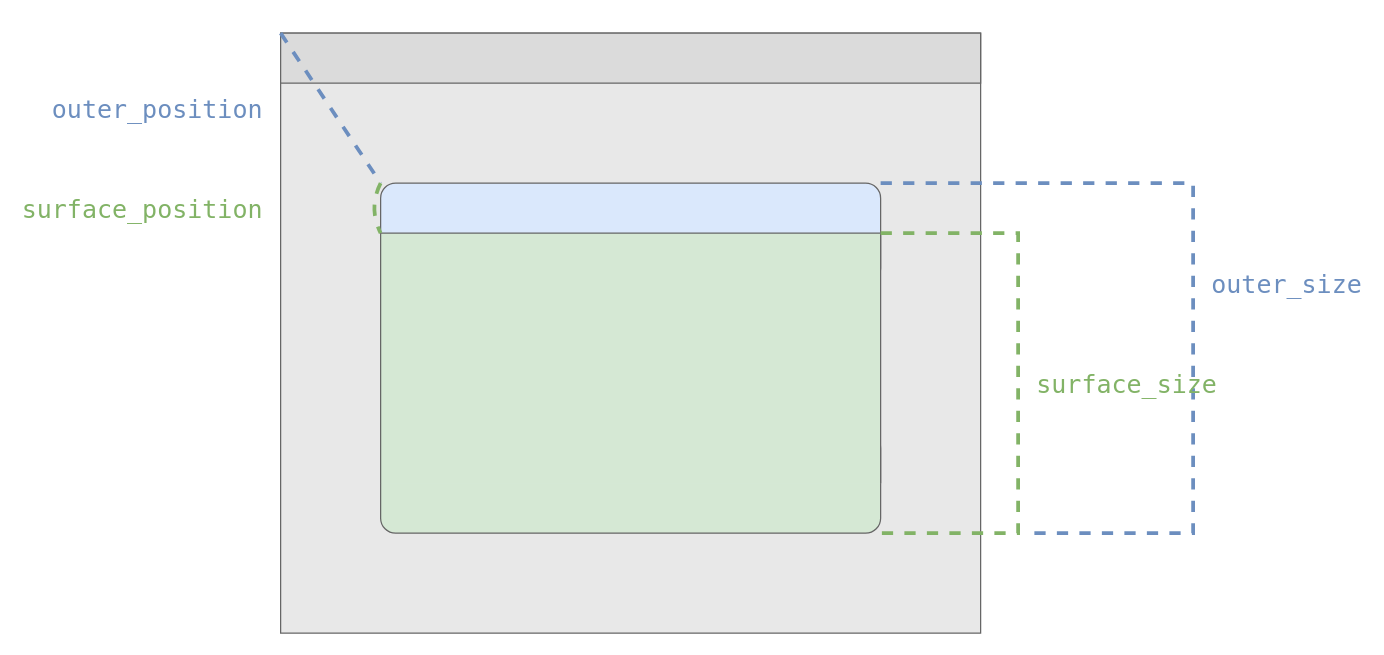
Before: page "desktop" (1 of 2) of docs/res/coordinate-systems.drawio in rust-windowing/winit, a draw.io diagram. Source tidied: cells renumbered, new cells numbered last; positions are measured from the earlier drawing's top-left corner, leaving out a move shared by most shapes. Both pictures are drawn from the tidied source at 125%, with x=0, y=0 at pixel (280, 32).
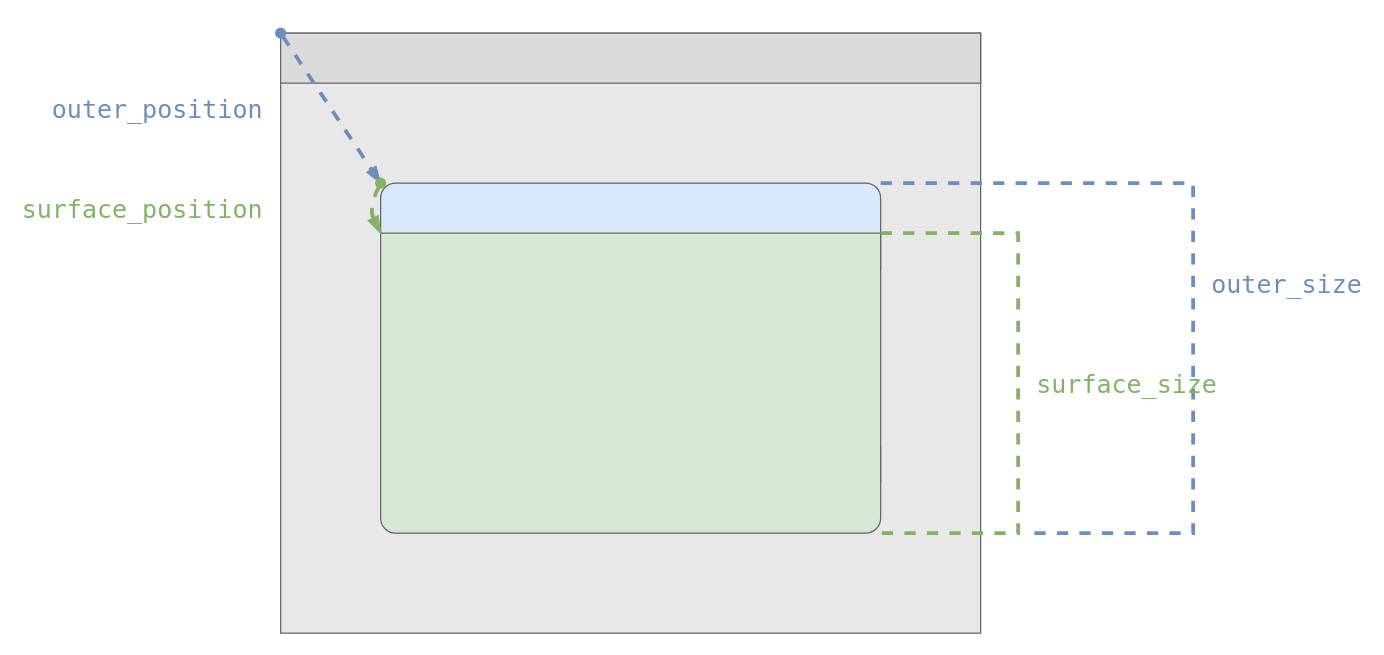
The same diagram, later.

Commit message (it also covers changes not shown here):
Add dot and arrow to the start and end of position indicators

The change refers to these unchanged cells:
```xml
<mxCell id="3" style="rounded=1;whiteSpace=wrap;html=1;shadow=0;fillColor=#dae8fc;strokeColor=#666666;" parent="1" vertex="1">
  <mxGeometry x="80" y="120" width="400" height="80" as="geometry" />
</mxCell>
<mxCell id="4" style="rounded=0;whiteSpace=wrap;html=1;fillColor=#DBDBDB;strokeColor=#666666;fontColor=#333333;" parent="1" vertex="1">
  <mxGeometry width="560" height="40" as="geometry" />
</mxCell>
<mxCell id="6" style="rounded=0;whiteSpace=wrap;html=1;strokeColor=none;fillColor=#d5e8d4;" parent="1" vertex="1">
  <mxGeometry x="80" y="160" width="400" height="200" as="geometry" />
</mxCell>
```

What changed in the source:
```diff
@@
-    <mxCell id="10" value="&lt;font&gt;outer_position&lt;/font&gt;" style="endArrow=none;html=1;strokeWidth=3;rounded=0;exitX=0;exitY=0;exitDx=0;exitDy=0;dashed=1;align=right;fontSize=20;fontFamily=monospace;fontColor=#6C8EBF;labelBackgroundColor=none;spacingLeft=0;spacingRight=15;spacing=0;fillColor=#dae8fc;strokeColor=#6C8EBF;" parent="1" edge="1" source="4">
+    <mxCell id="10" value="&lt;font&gt;outer_position&lt;/font&gt;" style="endArrow=blockThin;html=1;strokeWidth=3;rounded=0;exitX=0;exitY=0;exitDx=0;exitDy=0;dashed=1;align=right;fontSize=20;fontFamily=monospace;fontColor=#6C8EBF;labelBackgroundColor=none;spacingLeft=0;spacingRight=15;spacing=0;fillColor=#dae8fc;strokeColor=#6C8EBF;endFill=1;startArrow=oval;startFill=1;endSize=6;targetPerimeterSpacing=0;" parent="1" edge="1" source="4">
       <mxGeometry x="-0.31" y="-33" relative="1" as="geometry">
         <mxPoint x="80" y="120" as="targetPoint" />
       </mxGeometry>
     </mxCell>
@@
-    <mxCell id="13" value="&lt;font&gt;surface_position&lt;/font&gt;" style="endArrow=none;html=1;strokeWidth=3;rounded=0;dashed=1;align=right;fontSize=20;fontFamily=monospace;fontColor=#82B366;labelBackgroundColor=none;spacingLeft=0;spacingRight=15;spacing=0;fillColor=#d5e8d4;strokeColor=#82b366;exitX=0;exitY=0;exitDx=0;exitDy=0;entryX=0;entryY=0;entryDx=0;entryDy=0;curved=1;" parent="1" edge="1" source="3" target="6">
+    <mxCell id="13" value="&lt;font&gt;surface_position&lt;/font&gt;" style="endArrow=blockThin;html=1;strokeWidth=3;rounded=0;dashed=1;align=right;fontSize=20;fontFamily=monospace;fontColor=#82B366;labelBackgroundColor=none;spacingLeft=0;spacingRight=15;spacing=0;fillColor=#d5e8d4;strokeColor=#82b366;exitX=0;exitY=0;exitDx=0;exitDy=0;entryX=0;entryY=0;entryDx=0;entryDy=0;curved=1;startArrow=oval;startFill=1;endFill=1;" parent="1" edge="1" source="3" target="6">
       <mxGeometry y="-70" relative="1" as="geometry">
         <Array as="points">
           <mxPoint x="70" y="140" />
         </Array>
         <mxPoint x="-7" y="-31" as="offset" />
       </mxGeometry>
     </mxCell>
```
